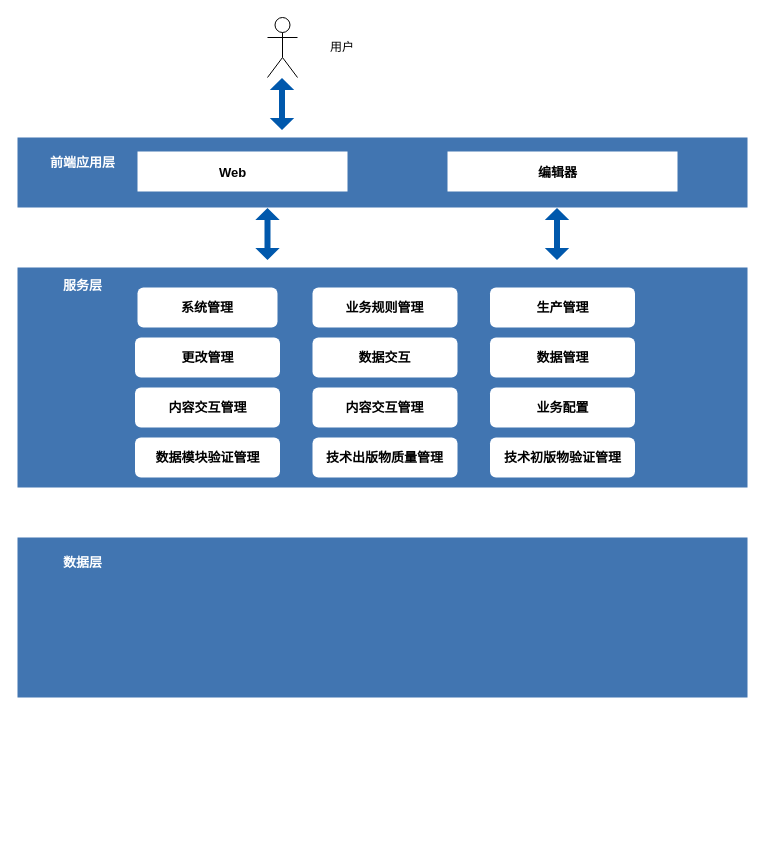
This is csdb/数据架构图.drawio from DemonHan/KuickBuy, a draw.io file, before an edit. Source tidied: cells renumbered, new cells numbered last; positions are measured from the earlier drawing's top-left corner, leaving out a move shared by most shapes. Both pictures are drawn from the tidied source at 100%, with x=0, y=0 at pixel (17, 17).
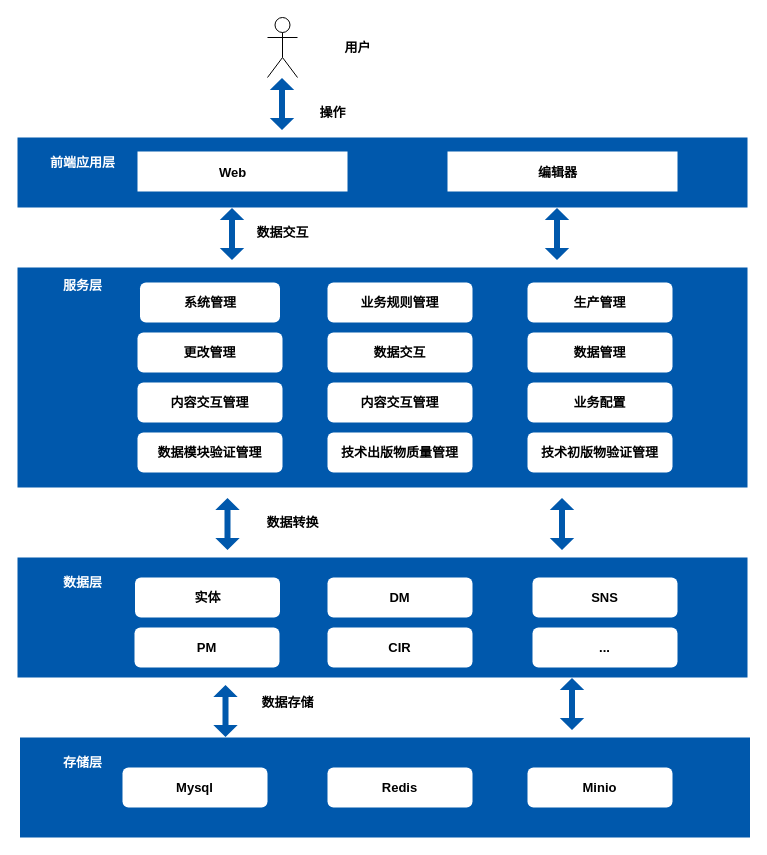
The same page after the edit.

Commit message:
更新数据架构图.drawio

What changed in the source:
```diff
@@
-    <mxCell id="3" value="用户" style="text;html=1;align=center;verticalAlign=middle;whiteSpace=wrap;rounded=0;" parent="1" vertex="1">
-      <mxGeometry x="295" y="15" width="60" height="30" as="geometry" />
-    </mxCell>
@@
-    <mxCell id="5" style="rounded=0;whiteSpace=wrap;html=1;fillColor=#4175B1;fontStyle=1;fontSize=13;strokeColor=none;" parent="1" vertex="1">
+    <mxCell id="5" style="rounded=0;whiteSpace=wrap;html=1;fillColor=#0058AC;fontStyle=1;fontSize=13;strokeColor=none;" parent="1" vertex="1">
       <mxGeometry y="120" width="730" height="70" as="geometry" />
     </mxCell>
@@
-    <mxCell id="11" style="rounded=0;whiteSpace=wrap;html=1;fillColor=#4175B1;fontStyle=1;fontSize=13;strokeColor=none;" parent="1" vertex="1">
+    <mxCell id="11" style="rounded=0;whiteSpace=wrap;html=1;fillColor=#0058AC;fontStyle=1;fontSize=13;strokeColor=none;" parent="1" vertex="1">
       <mxGeometry y="250" width="730" height="220" as="geometry" />
     </mxCell>
@@
     <mxCell id="13" value="系统管理" style="rounded=1;whiteSpace=wrap;html=1;fontStyle=1;fontSize=13;strokeColor=none;fillColor=#FFFFFF;fontColor=#000000;" parent="1" vertex="1">
-      <mxGeometry x="120" y="270" width="140" height="40" as="geometry" />
+      <mxGeometry x="122.5" y="265" width="140" height="40" as="geometry" />
     </mxCell>
     <mxCell id="14" value="业务规则管理" style="rounded=1;whiteSpace=wrap;html=1;fontStyle=1;fontSize=13;strokeColor=none;fillColor=#FFFFFF;fontColor=#000000;" parent="1" vertex="1">
-      <mxGeometry x="295" y="270" width="145" height="40" as="geometry" />
+      <mxGeometry x="310" y="265" width="145" height="40" as="geometry" />
     </mxCell>
     <mxCell id="15" value="生产管理" style="rounded=1;whiteSpace=wrap;html=1;fontStyle=1;fontSize=13;strokeColor=none;fillColor=#FFFFFF;fontColor=#000000;" parent="1" vertex="1">
-      <mxGeometry x="472.5" y="270" width="145" height="40" as="geometry" />
+      <mxGeometry x="510" y="265" width="145" height="40" as="geometry" />
     </mxCell>
     <mxCell id="16" value="更改管理" style="rounded=1;whiteSpace=wrap;html=1;fontStyle=1;fontSize=13;strokeColor=none;fillColor=#FFFFFF;fontColor=#000000;" parent="1" vertex="1">
-      <mxGeometry x="117.5" y="320" width="145" height="40" as="geometry" />
+      <mxGeometry x="120" y="315" width="145" height="40" as="geometry" />
     </mxCell>
     <mxCell id="17" value="数据交互" style="rounded=1;whiteSpace=wrap;html=1;fontStyle=1;fontSize=13;strokeColor=none;fillColor=#FFFFFF;fontColor=#000000;" parent="1" vertex="1">
-      <mxGeometry x="295" y="320" width="145" height="40" as="geometry" />
+      <mxGeometry x="310" y="315" width="145" height="40" as="geometry" />
     </mxCell>
     <mxCell id="18" value="数据管理" style="rounded=1;whiteSpace=wrap;html=1;fontStyle=1;fontSize=13;strokeColor=none;fillColor=#FFFFFF;fontColor=#000000;" parent="1" vertex="1">
-      <mxGeometry x="472.5" y="320" width="145" height="40" as="geometry" />
+      <mxGeometry x="510" y="315" width="145" height="40" as="geometry" />
     </mxCell>
     <mxCell id="19" value="内容交互管理" style="rounded=1;whiteSpace=wrap;html=1;fontStyle=1;fontSize=13;strokeColor=none;fillColor=#FFFFFF;fontColor=#000000;" parent="1" vertex="1">
-      <mxGeometry x="117.5" y="370" width="145" height="40" as="geometry" />
+      <mxGeometry x="120" y="365" width="145" height="40" as="geometry" />
     </mxCell>
     <mxCell id="20" value="内容交互管理" style="rounded=1;whiteSpace=wrap;html=1;fontStyle=1;fontSize=13;strokeColor=none;fillColor=#FFFFFF;fontColor=#000000;" parent="1" vertex="1">
-      <mxGeometry x="295" y="370" width="145" height="40" as="geometry" />
+      <mxGeometry x="310" y="365" width="145" height="40" as="geometry" />
     </mxCell>
     <mxCell id="21" value="业务配置" style="rounded=1;whiteSpace=wrap;html=1;fontStyle=1;fontSize=13;strokeColor=none;fillColor=#FFFFFF;fontColor=#000000;" parent="1" vertex="1">
-      <mxGeometry x="472.5" y="370" width="145" height="40" as="geometry" />
+      <mxGeometry x="510" y="365" width="145" height="40" as="geometry" />
     </mxCell>
     <mxCell id="22" value="数据模块验证管理" style="rounded=1;whiteSpace=wrap;html=1;fontStyle=1;fontSize=13;strokeColor=none;fillColor=#FFFFFF;fontColor=#000000;" parent="1" vertex="1">
-      <mxGeometry x="117.5" y="420" width="145" height="40" as="geometry" />
+      <mxGeometry x="120" y="415" width="145" height="40" as="geometry" />
     </mxCell>
     <mxCell id="23" value="技术出版物质量管理" style="rounded=1;whiteSpace=wrap;html=1;fontStyle=1;fontSize=13;strokeColor=none;fillColor=#FFFFFF;fontColor=#000000;" parent="1" vertex="1">
-      <mxGeometry x="295" y="420" width="145" height="40" as="geometry" />
+      <mxGeometry x="310" y="415" width="145" height="40" as="geometry" />
     </mxCell>
     <mxCell id="24" value="技术初版物验证管理" style="rounded=1;whiteSpace=wrap;html=1;fontStyle=1;fontSize=13;strokeColor=none;fillColor=#FFFFFF;fontColor=#000000;" parent="1" vertex="1">
-      <mxGeometry x="472.5" y="420" width="145" height="40" as="geometry" />
+      <mxGeometry x="510" y="415" width="145" height="40" as="geometry" />
     </mxCell>
     <mxCell id="25" style="shape=flexArrow;endArrow=classic;startArrow=classic;html=1;rounded=0;width=6;startSize=3.64;endSize=3.64;endWidth=17.387755102040817;startWidth=17.387755102040817;entryX=0.197;entryY=0.995;entryDx=0;entryDy=0;entryPerimeter=0;fontStyle=1;fontSize=13;strokeColor=none;fillColor=#0058AC;" parent="1" edge="1">
       <mxGeometry relative="1" as="geometry">
-        <mxPoint x="250" y="243" as="sourcePoint" />
-        <mxPoint x="250" y="190" as="targetPoint" />
+        <mxPoint x="214.5" y="243" as="sourcePoint" />
+        <mxPoint x="214.5" y="190" as="targetPoint" />
       </mxGeometry>
     </mxCell>
@@
-    <mxCell id="27" style="rounded=0;whiteSpace=wrap;html=1;fillColor=#4175B1;fontStyle=1;fontSize=13;strokeColor=none;" parent="1" vertex="1">
-      <mxGeometry y="520" width="730" height="160" as="geometry" />
+    <mxCell id="27" style="rounded=0;whiteSpace=wrap;html=1;fillColor=#0058AC;fontStyle=1;fontSize=13;strokeColor=none;" parent="1" vertex="1">
+      <mxGeometry y="540" width="730" height="120" as="geometry" />
     </mxCell>
     <mxCell id="28" value="数据层" style="text;html=1;align=center;verticalAlign=middle;strokeColor=none;fillColor=none;fontColor=#FFFFFF;fontStyle=1;fontSize=13;" parent="1" vertex="1">
-      <mxGeometry x="35" y="530" width="60" height="30" as="geometry" />
+      <mxGeometry x="35" y="550" width="60" height="30" as="geometry" />
     </mxCell>
+    <mxCell id="29" style="shape=flexArrow;endArrow=classic;startArrow=classic;html=1;rounded=0;width=6;startSize=3.64;endSize=3.64;endWidth=17.387755102040817;startWidth=17.387755102040817;entryX=0.197;entryY=0.995;entryDx=0;entryDy=0;entryPerimeter=0;fontStyle=1;fontSize=13;strokeColor=none;fillColor=#0058AC;" parent="1" edge="1">
+      <mxGeometry relative="1" as="geometry">
+        <mxPoint x="210" y="533" as="sourcePoint" />
+        <mxPoint x="210" y="480" as="targetPoint" />
+      </mxGeometry>
+    </mxCell>
+    <mxCell id="30" style="shape=flexArrow;endArrow=classic;startArrow=classic;html=1;rounded=0;width=6;startSize=3.64;endSize=3.64;endWidth=17.387755102040817;startWidth=17.387755102040817;entryX=0.197;entryY=0.995;entryDx=0;entryDy=0;entryPerimeter=0;fontStyle=1;fontSize=13;strokeColor=none;fillColor=#0058AC;" parent="1" edge="1">
+      <mxGeometry relative="1" as="geometry">
+        <mxPoint x="544.5" y="533" as="sourcePoint" />
+        <mxPoint x="544.5" y="480" as="targetPoint" />
+      </mxGeometry>
+    </mxCell>
+    <mxCell id="31" value="实体" style="rounded=1;whiteSpace=wrap;html=1;fontStyle=1;fontSize=13;strokeColor=none;fillColor=#FFFFFF;fontColor=#000000;" parent="1" vertex="1">
+      <mxGeometry x="117.5" y="560" width="145" height="40" as="geometry" />
+    </mxCell>
+    <mxCell id="32" value="DM" style="rounded=1;whiteSpace=wrap;html=1;fontStyle=1;fontSize=13;strokeColor=none;fillColor=#FFFFFF;fontColor=#000000;" parent="1" vertex="1">
+      <mxGeometry x="310" y="560" width="145" height="40" as="geometry" />
+    </mxCell>
+    <mxCell id="33" value="SNS" style="rounded=1;whiteSpace=wrap;html=1;fontStyle=1;fontSize=13;strokeColor=none;fillColor=#FFFFFF;fontColor=#000000;" parent="1" vertex="1">
+      <mxGeometry x="515" y="560" width="145" height="40" as="geometry" />
+    </mxCell>
+    <mxCell id="34" value="PM" style="rounded=1;whiteSpace=wrap;html=1;fontStyle=1;fontSize=13;strokeColor=none;fillColor=#FFFFFF;fontColor=#000000;" parent="1" vertex="1">
+      <mxGeometry x="117" y="610" width="145" height="40" as="geometry" />
+    </mxCell>
+    <mxCell id="35" value="CIR" style="rounded=1;whiteSpace=wrap;html=1;fontStyle=1;fontSize=13;strokeColor=none;fillColor=#FFFFFF;fontColor=#000000;" parent="1" vertex="1">
+      <mxGeometry x="310" y="610" width="145" height="40" as="geometry" />
+    </mxCell>
+    <mxCell id="36" value="..." style="rounded=1;whiteSpace=wrap;html=1;fontStyle=1;fontSize=13;strokeColor=none;fillColor=#FFFFFF;fontColor=#000000;" parent="1" vertex="1">
+      <mxGeometry x="515" y="610" width="145" height="40" as="geometry" />
+    </mxCell>
+    <mxCell id="37" style="rounded=0;whiteSpace=wrap;html=1;fillColor=#0058AC;fontStyle=1;fontSize=13;strokeColor=none;" parent="1" vertex="1">
+      <mxGeometry x="2.5" y="720" width="730" height="100" as="geometry" />
+    </mxCell>
+    <mxCell id="38" style="shape=flexArrow;endArrow=classic;startArrow=classic;html=1;rounded=0;width=6;startSize=3.64;endSize=3.64;endWidth=17.387755102040817;startWidth=17.387755102040817;entryX=0.197;entryY=0.995;entryDx=0;entryDy=0;entryPerimeter=0;fontStyle=1;fontSize=13;strokeColor=none;fillColor=#0058AC;" parent="1" edge="1">
+      <mxGeometry relative="1" as="geometry">
+        <mxPoint x="208" y="720" as="sourcePoint" />
+        <mxPoint x="208" y="667" as="targetPoint" />
+      </mxGeometry>
+    </mxCell>
+    <mxCell id="39" style="shape=flexArrow;endArrow=classic;startArrow=classic;html=1;rounded=0;width=6;startSize=3.64;endSize=3.64;endWidth=17.387755102040817;startWidth=17.387755102040817;entryX=0.197;entryY=0.995;entryDx=0;entryDy=0;entryPerimeter=0;fontStyle=1;fontSize=13;strokeColor=none;fillColor=#0058AC;" parent="1" edge="1">
+      <mxGeometry relative="1" as="geometry">
+        <mxPoint x="554.5" y="713" as="sourcePoint" />
+        <mxPoint x="554.5" y="660" as="targetPoint" />
+      </mxGeometry>
+    </mxCell>
+    <mxCell id="40" value="存储层" style="text;html=1;align=center;verticalAlign=middle;strokeColor=none;fillColor=none;fontColor=#FFFFFF;fontStyle=1;fontSize=13;" parent="1" vertex="1">
+      <mxGeometry x="35" y="730" width="60" height="30" as="geometry" />
+    </mxCell>
+    <mxCell id="41" value="Mysql" style="rounded=1;whiteSpace=wrap;html=1;fontStyle=1;fontSize=13;strokeColor=none;fillColor=#FFFFFF;fontColor=#000000;" parent="1" vertex="1">
+      <mxGeometry x="105" y="750" width="145" height="40" as="geometry" />
+    </mxCell>
+    <mxCell id="42" value="Redis" style="rounded=1;whiteSpace=wrap;html=1;fontStyle=1;fontSize=13;strokeColor=none;fillColor=#FFFFFF;fontColor=#000000;" parent="1" vertex="1">
+      <mxGeometry x="310" y="750" width="145" height="40" as="geometry" />
+    </mxCell>
+    <mxCell id="43" value="Minio" style="rounded=1;whiteSpace=wrap;html=1;fontStyle=1;fontSize=13;strokeColor=none;fillColor=#FFFFFF;fontColor=#000000;" parent="1" vertex="1">
+      <mxGeometry x="510" y="750" width="145" height="40" as="geometry" />
+    </mxCell>
+    <mxCell id="3" value="用户" style="text;html=1;align=center;verticalAlign=middle;strokeColor=none;fillColor=none;fontColor=#000000;fontStyle=1;fontSize=13;" parent="1" vertex="1">
+      <mxGeometry x="315" y="15" width="50" height="30" as="geometry" />
+    </mxCell>
+    <mxCell id="44" value="操作" style="text;html=1;align=center;verticalAlign=middle;strokeColor=none;fillColor=none;fontColor=#000000;fontStyle=1;fontSize=13;" parent="1" vertex="1">
+      <mxGeometry x="290" y="80" width="50" height="30" as="geometry" />
+    </mxCell>
+    <mxCell id="45" value="数据交互" style="text;html=1;align=center;verticalAlign=middle;strokeColor=none;fillColor=none;fontColor=#000000;fontStyle=1;fontSize=13;" parent="1" vertex="1">
+      <mxGeometry x="225" y="200" width="80" height="30" as="geometry" />
+    </mxCell>
+    <mxCell id="46" value="数据转换" style="text;html=1;align=center;verticalAlign=middle;strokeColor=none;fillColor=none;fontColor=#000000;fontStyle=1;fontSize=13;" parent="1" vertex="1">
+      <mxGeometry x="235" y="490" width="80" height="30" as="geometry" />
+    </mxCell>
+    <mxCell id="47" value="数据存储" style="text;html=1;align=center;verticalAlign=middle;strokeColor=none;fillColor=none;fontColor=#000000;fontStyle=1;fontSize=13;" parent="1" vertex="1">
+      <mxGeometry x="230" y="670" width="80" height="30" as="geometry" />
+    </mxCell>
```
